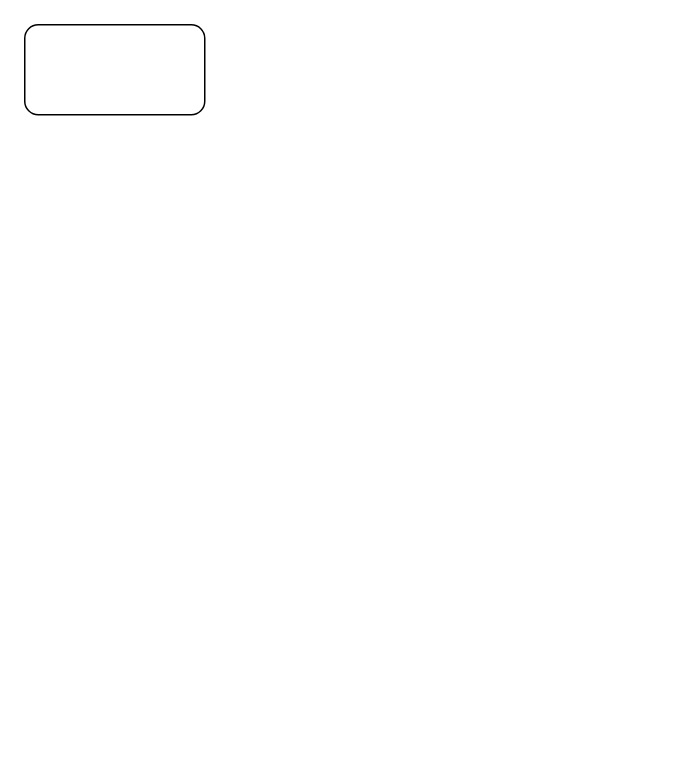
The draw.io diagram Untitled Diagram.drawio in janblonde/hello_app, before the edit. Source tidied: cells renumbered, new cells numbered last; positions are measured from the earlier drawing's top-left corner, leaving out a move shared by most shapes. Both pictures are drawn from the tidied source at 150%, with x=0, y=0 at pixel (24, 24).
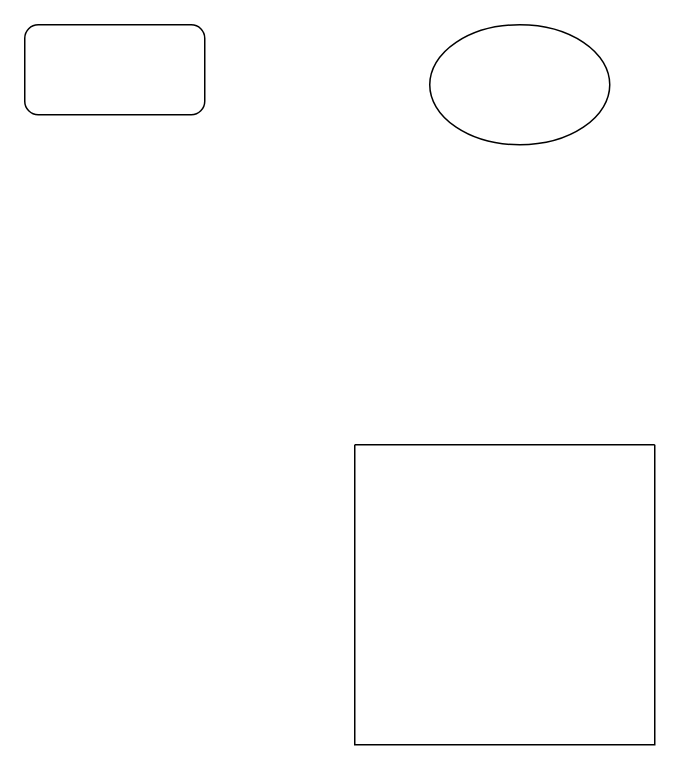
The same diagram, later.

Change to the diagram source:
```diff
@@
 <mxGraphModel>
   <root>
     <mxCell id="0" />
     <mxCell id="1" parent="0" />
     <mxCell id="2" style="rounded=1;whiteSpace=wrap;html=1;" parent="1" vertex="1">
       <mxGeometry width="120" height="60" as="geometry" />
     </mxCell>
+    <mxCell id="3" style="swimlane;startSize=0;" parent="1" vertex="1">
+      <mxGeometry x="220" y="280" width="200" height="200" as="geometry" />
+    </mxCell>
+    <mxCell id="4" style="ellipse;whiteSpace=wrap;html=1;" parent="1" vertex="1">
+      <mxGeometry x="270" width="120" height="80" as="geometry" />
+    </mxCell>
   </root>
 </mxGraphModel>
```
